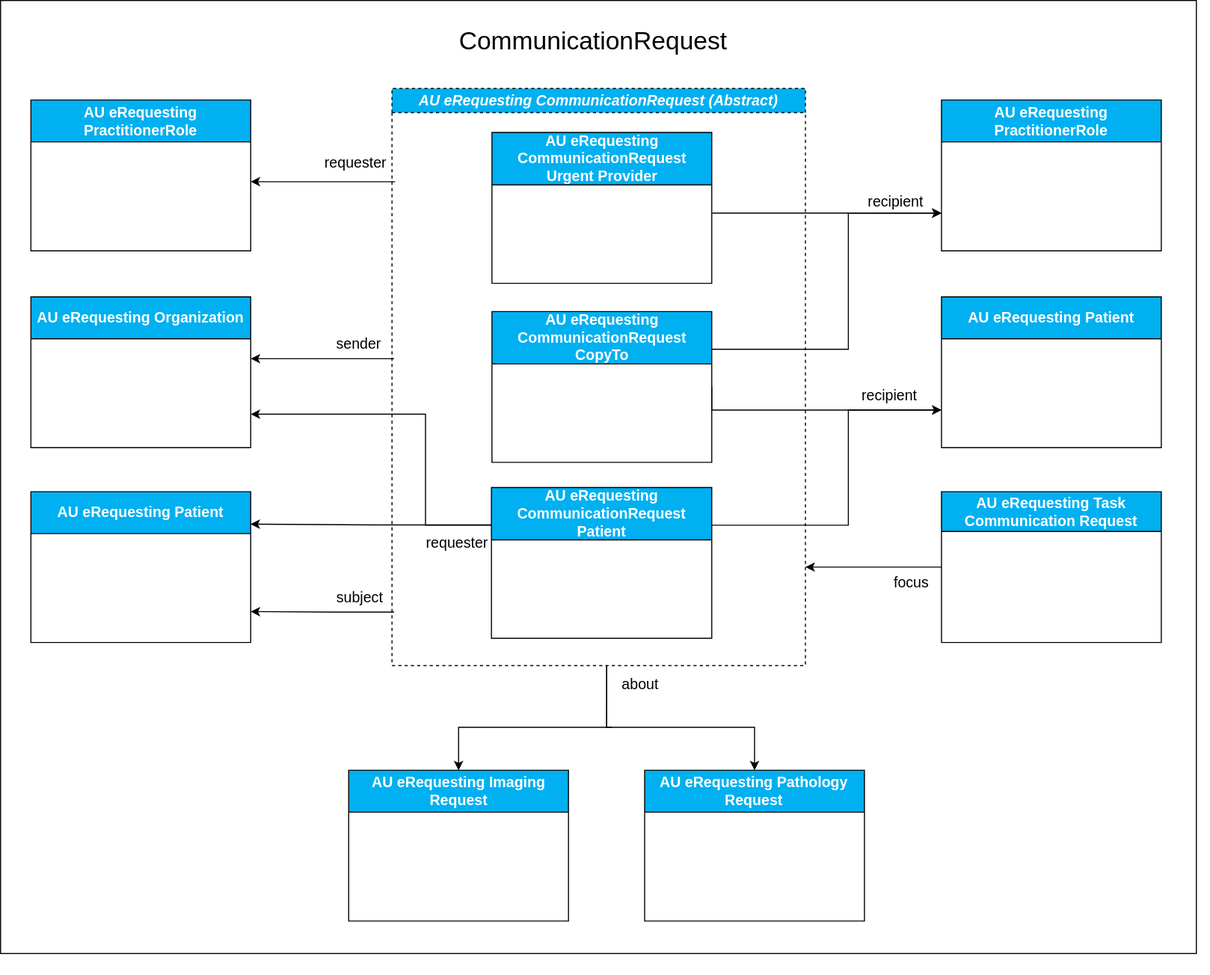
hl7au/au-fhir-erequesting keeps this draw.io diagram as input/images/au-erequesting-profiles-au-erequesting-profiles-communicationrequest.svg. Above is the earlier version. Source tidied: cells renumbered, new cells last; positions are measured from the earlier drawing's top-left corner, leaving out a move shared by most shapes.
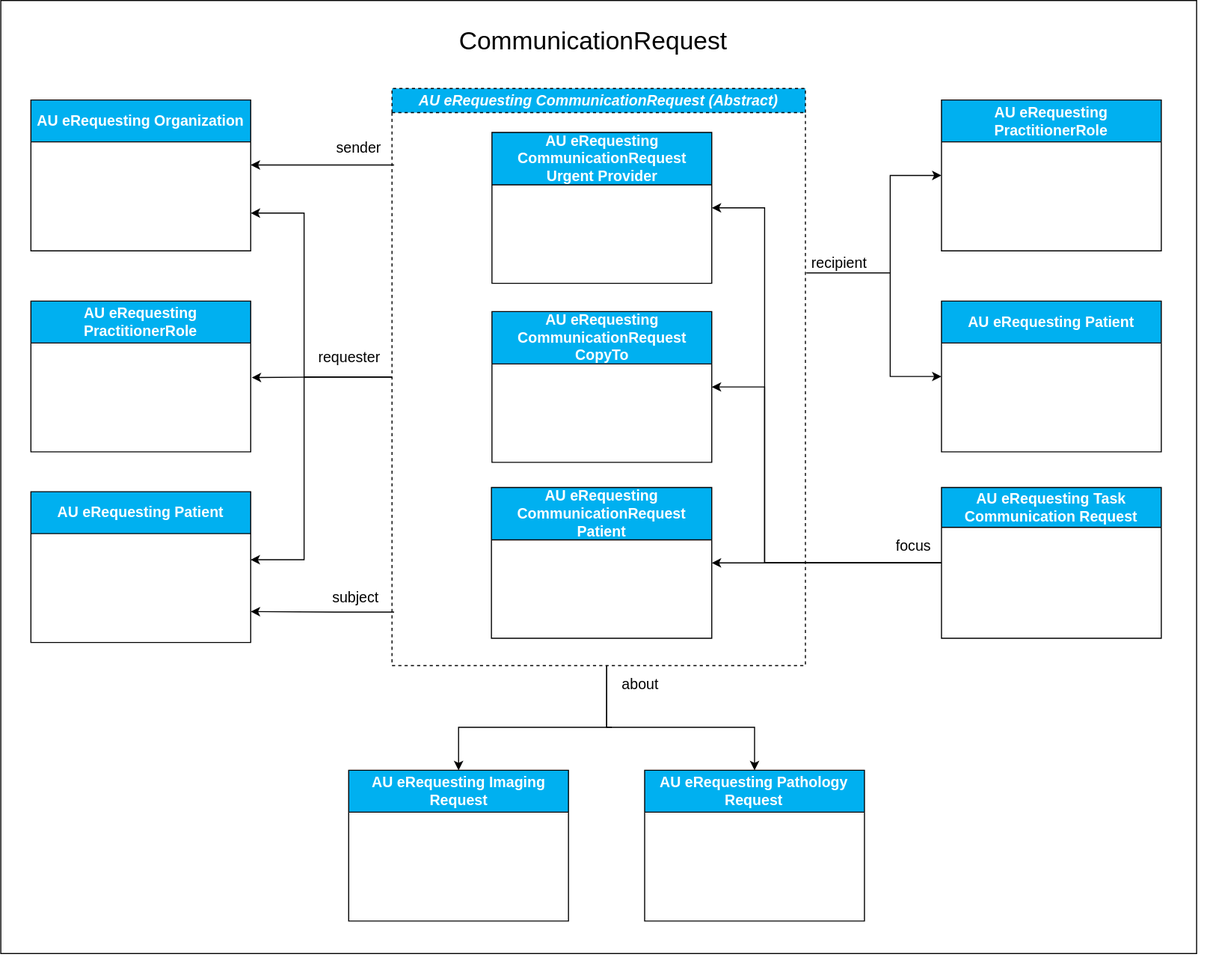
The same diagram one commit later.

The edit, as a diff of the source:
```diff
@@ -6,7 +6,7 @@
       <mxGeometry x="10" width="1145" height="930" as="geometry" />
     </mxCell>
     <mxCell id="3" style="rounded=0;whiteSpace=wrap;html=1;" parent="2" vertex="1">
-      <mxGeometry x="-10" width="1142.5" height="910" as="geometry" />
+      <mxGeometry x="-9.8" width="1142.5" height="910" as="geometry" />
     </mxCell>
     <mxCell id="4" value="&lt;font style=&quot;font-size: 24px;&quot;&gt;CommunicationRequest&lt;/font&gt;" style="text;html=1;align=center;verticalAlign=middle;strokeColor=none;fillColor=none;" parent="2" vertex="1">
       <mxGeometry x="415.5" y="19" width="280" height="40" as="geometry" />
@@ -14,21 +14,15 @@
     <mxCell id="5" value="&lt;font style=&quot;font-size: 14px;&quot;&gt;AU eRequesting CommunicationRequest CopyTo&lt;/font&gt;" style="swimlane;whiteSpace=wrap;html=1;fillColor=#00B0F0;strokeColor=default;fontColor=#FFFFFF;startSize=50;fontSize=12;verticalAlign=middle;horizontal=1;align=center;fontFamily=Helvetica;fontStyle=1;" parent="2" vertex="1">
       <mxGeometry x="459.5" y="297" width="210" height="144" as="geometry" />
     </mxCell>
-    <mxCell id="6" value="&lt;font style=&quot;font-size: 14px;&quot;&gt;requester&lt;/font&gt;" style="edgeStyle=orthogonalEdgeStyle;rounded=0;orthogonalLoop=1;jettySize=auto;html=1;entryX=1;entryY=0.5;entryDx=0;entryDy=0;" parent="2" edge="1">
-      <mxGeometry x="-0.45" y="-18" relative="1" as="geometry">
-        <mxPoint x="367" y="173" as="sourcePoint" />
-        <mxPoint x="229" y="173" as="targetPoint" />
-      </mxGeometry>
-    </mxCell>
     <mxCell id="7" style="edgeStyle=orthogonalEdgeStyle;rounded=0;orthogonalLoop=1;jettySize=auto;html=1;entryX=1;entryY=0.5;entryDx=0;entryDy=0;" parent="2" edge="1">
       <mxGeometry relative="1" as="geometry">
-        <mxPoint x="366" y="342" as="sourcePoint" />
-        <mxPoint x="229" y="342" as="targetPoint" />
+        <mxPoint x="366" y="157" as="sourcePoint" />
+        <mxPoint x="229" y="157" as="targetPoint" />
       </mxGeometry>
     </mxCell>
     <mxCell id="8" value="sender" style="edgeLabel;html=1;align=center;verticalAlign=middle;fontSize=14;" parent="7" vertex="1">
       <mxGeometry x="-0.01" y="1" relative="1" as="geometry">
-        <mxPoint x="33" y="-16" as="offset" />
+        <mxPoint x="33" y="-18" as="offset" />
       </mxGeometry>
     </mxCell>
     <mxCell id="9" style="edgeStyle=orthogonalEdgeStyle;rounded=0;orthogonalLoop=1;jettySize=auto;html=1;entryX=1;entryY=0.75;entryDx=0;entryDy=0;" parent="2" edge="1">
@@ -43,94 +37,76 @@
     </mxCell>
     <mxCell id="10" value="subject" style="edgeLabel;html=1;align=center;verticalAlign=middle;fontSize=14;" parent="9" vertex="1">
       <mxGeometry x="0.15" y="1" relative="1" as="geometry">
-        <mxPoint x="46" y="-15" as="offset" />
+        <mxPoint x="42" y="-15" as="offset" />
       </mxGeometry>
     </mxCell>
-    <mxCell id="11" style="edgeStyle=orthogonalEdgeStyle;rounded=0;jettySize=auto;html=1;exitX=0;exitY=0.5;exitDx=0;exitDy=0;" parent="2" edge="1" source="13">
+    <mxCell id="11" style="edgeStyle=orthogonalEdgeStyle;rounded=0;jettySize=auto;html=1;exitX=0;exitY=0.5;exitDx=0;exitDy=0;entryX=1;entryY=0.5;entryDx=0;entryDy=0;" parent="2" edge="1" source="13" target="30">
       <mxGeometry relative="1" as="geometry">
-        <mxPoint x="759" y="541" as="targetPoint" />
+        <Array as="points">
+          <mxPoint x="780" y="537" />
+          <mxPoint x="780" y="537" />
+        </Array>
       </mxGeometry>
     </mxCell>
     <mxCell id="12" value="focus" style="edgeLabel;html=1;align=center;verticalAlign=middle;fontSize=14;" parent="11" vertex="1">
       <mxGeometry x="-0.04" y="5" relative="1" as="geometry">
-        <mxPoint x="32" y="9" as="offset" />
+        <mxPoint x="77" y="-22" as="offset" />
       </mxGeometry>
     </mxCell>
     <mxCell id="13" value="&lt;font style=&quot;font-size: 14px;&quot;&gt;AU eRequesting Task Communication Request&lt;/font&gt;" style="swimlane;whiteSpace=wrap;html=1;startSize=38;fillColor=#00B0F0;fontColor=#FFFFFF;" parent="2" vertex="1">
-      <mxGeometry x="889" y="469" width="210" height="144" as="geometry" />
+      <mxGeometry x="889" y="465" width="210" height="144" as="geometry" />
     </mxCell>
-    <mxCell id="14" style="endArrow=classic;html=1;rounded=0;entryX=0;entryY=0.75;entryDx=0;entryDy=0;" parent="2" edge="1" target="28">
-      <mxGeometry relative="1" as="geometry">
-        <mxPoint x="670" y="203" as="sourcePoint" />
-      </mxGeometry>
-    </mxCell>
-    <mxCell id="15" style="endArrow=classic;html=1;rounded=0;exitX=1;exitY=0.25;exitDx=0;exitDy=0;entryX=0;entryY=0.75;entryDx=0;entryDy=0;edgeStyle=orthogonalEdgeStyle;" parent="2" edge="1" source="5" target="28">
+    <mxCell id="15" style="endArrow=classic;html=1;rounded=0;entryX=0;entryY=0.5;entryDx=0;entryDy=0;edgeStyle=orthogonalEdgeStyle;" parent="2" edge="1" target="28">
       <mxGeometry relative="1" as="geometry">
+        <mxPoint x="760" y="260" as="sourcePoint" />
         <Array as="points">
-          <mxPoint x="800" y="333" />
-          <mxPoint x="800" y="203" />
+          <mxPoint x="840" y="260" />
+          <mxPoint x="840" y="167" />
         </Array>
       </mxGeometry>
     </mxCell>
     <mxCell id="16" value="&lt;font style=&quot;font-size: 14px;&quot;&gt;recipient&lt;/font&gt;" style="edgeLabel;html=1;align=center;verticalAlign=middle;" parent="15" vertex="1">
       <mxGeometry x="0.53" y="1" relative="1" as="geometry">
-        <mxPoint x="38" y="-11" as="offset" />
+        <mxPoint x="-49" y="79" as="offset" />
       </mxGeometry>
     </mxCell>
-    <mxCell id="17" style="endArrow=classic;html=1;rounded=0;exitX=1;exitY=0.25;exitDx=0;exitDy=0;entryX=0;entryY=0.75;entryDx=0;entryDy=0;edgeStyle=orthogonalEdgeStyle;" parent="2" edge="1" source="30" target="27">
+    <mxCell id="17" style="endArrow=classic;html=1;rounded=0;entryX=0;entryY=0.5;entryDx=0;entryDy=0;edgeStyle=orthogonalEdgeStyle;" parent="2" edge="1" target="27">
       <mxGeometry relative="1" as="geometry">
+        <mxPoint x="760" y="260" as="sourcePoint" />
         <Array as="points">
-          <mxPoint x="800" y="501" />
-          <mxPoint x="800" y="391" />
+          <mxPoint x="840" y="260" />
+          <mxPoint x="840" y="359" />
         </Array>
       </mxGeometry>
     </mxCell>
-    <mxCell id="18" style="endArrow=classic;html=1;rounded=0;entryX=0;entryY=0.75;entryDx=0;entryDy=0;exitX=1;exitY=0.5;exitDx=0;exitDy=0;edgeStyle=orthogonalEdgeStyle;" parent="2" edge="1" source="5" target="27">
-      <mxGeometry relative="1" as="geometry">
-        <Array as="points">
-          <mxPoint x="670" y="391" />
-        </Array>
-      </mxGeometry>
-    </mxCell>
-    <mxCell id="19" value="&lt;font style=&quot;font-size: 14px;&quot;&gt;recipient&lt;/font&gt;" style="edgeLabel;html=1;align=center;verticalAlign=middle;" parent="18" vertex="1">
-      <mxGeometry x="0.33" y="1" relative="1" as="geometry">
-        <mxPoint x="31" y="-14" as="offset" />
-      </mxGeometry>
-    </mxCell>
-    <mxCell id="20" style="edgeStyle=orthogonalEdgeStyle;rounded=0;orthogonalLoop=1;jettySize=auto;html=1;exitX=-0.007;exitY=0.248;exitDx=0;exitDy=0;exitPerimeter=0;entryX=0.985;entryY=0.215;entryDx=0;entryDy=0;entryPerimeter=0;" parent="2" edge="1">
+    <mxCell id="20" style="edgeStyle=orthogonalEdgeStyle;rounded=0;jettySize=auto;html=1;exitX=0;exitY=0.5;exitDx=0;exitDy=0;entryX=0.985;entryY=0.215;entryDx=0;entryDy=0;entryPerimeter=0;" parent="2" edge="1" source="22">
       <mxGeometry relative="1" as="geometry">
-        <mxPoint x="460.5" y="500.7" as="sourcePoint" />
-        <mxPoint x="228.8" y="500" as="targetPoint" />
+        <mxPoint x="228.8" y="534" as="targetPoint" />
+        <Array as="points">
+          <mxPoint x="280" y="360" />
+          <mxPoint x="280" y="534" />
+        </Array>
       </mxGeometry>
     </mxCell>
     <mxCell id="21" value="&lt;font style=&quot;font-size: 14px;&quot;&gt;requester&lt;/font&gt;" style="edgeLabel;html=1;align=center;verticalAlign=middle;" parent="20" vertex="1">
       <mxGeometry x="-0.63" y="3" relative="1" as="geometry">
-        <mxPoint x="8" y="14" as="offset" />
+        <mxPoint x="15" y="-22" as="offset" />
       </mxGeometry>
     </mxCell>
     <mxCell id="22" value="&lt;i&gt;&lt;font style=&quot;font-size: 14px;&quot;&gt;AU eRequesting CommunicationRequest (Abstract)&lt;/font&gt;&lt;/i&gt;" style="swimlane;whiteSpace=wrap;html=1;startSize=23;fillColor=#00B0F0;fontColor=#FFFFFF;dashed=1;" parent="2" vertex="1">
       <mxGeometry x="364" y="84" width="395" height="551" as="geometry" />
     </mxCell>
-    <mxCell id="23" style="edgeStyle=orthogonalEdgeStyle;rounded=0;jettySize=auto;html=1;exitX=0;exitY=0.25;exitDx=0;exitDy=0;" parent="22" edge="1" source="30">
-      <mxGeometry relative="1" as="geometry">
-        <mxPoint x="-135" y="311" as="targetPoint" />
-        <Array as="points">
-          <mxPoint x="32" y="417" />
-          <mxPoint x="32" y="311" />
-        </Array>
-      </mxGeometry>
-    </mxCell>
     <mxCell id="24" value="&lt;font style=&quot;font-size: 14px;&quot;&gt;AU eRequesting PractitionerRole&lt;/font&gt;" style="swimlane;whiteSpace=wrap;html=1;fillColor=#00B0F0;fontColor=#FFFFFF;strokeColor=default;align=center;verticalAlign=middle;fontFamily=Helvetica;fontSize=12;fontStyle=1;startSize=40;" parent="2" vertex="1">
-      <mxGeometry x="19" y="95" width="210" height="144" as="geometry" />
+      <mxGeometry x="19" y="287" width="210" height="144" as="geometry" />
     </mxCell>
     <mxCell id="25" value="&lt;font style=&quot;font-size: 14px;&quot;&gt;AU eRequesting Organization&lt;/font&gt;" style="swimlane;whiteSpace=wrap;html=1;fillColor=#00B0F0;fontColor=#FFFFFF;direction=east;startSize=40;strokeColor=default;align=center;verticalAlign=middle;fontFamily=Helvetica;fontSize=12;fontStyle=1;" parent="2" vertex="1">
-      <mxGeometry x="19" y="283" width="210" height="144" as="geometry" />
+      <mxGeometry x="19" y="95" width="210" height="144" as="geometry" />
     </mxCell>
     <mxCell id="26" value="&lt;font style=&quot;font-size: 14px;&quot;&gt;AU eRequesting Patient&lt;/font&gt;" style="swimlane;whiteSpace=wrap;html=1;fillColor=#00B0F0;fontColor=#FFFFFF;strokeColor=default;align=center;verticalAlign=middle;fontFamily=Helvetica;fontSize=12;fontStyle=1;startSize=40;" parent="2" vertex="1">
       <mxGeometry x="19" y="469" width="210" height="144" as="geometry" />
     </mxCell>
     <mxCell id="27" value="&lt;font style=&quot;font-size: 14px;&quot;&gt;AU eRequesting Patient&lt;/font&gt;" style="swimlane;whiteSpace=wrap;html=1;fillColor=#00B0F0;fontColor=#FFFFFF;strokeColor=default;align=center;verticalAlign=middle;fontFamily=Helvetica;fontSize=12;fontStyle=1;startSize=40;" parent="2" vertex="1">
-      <mxGeometry x="889" y="283" width="210" height="144" as="geometry" />
+      <mxGeometry x="889" y="287" width="210" height="144" as="geometry" />
     </mxCell>
     <mxCell id="28" value="&lt;font style=&quot;font-size: 14px;&quot;&gt;AU eRequesting PractitionerRole&lt;/font&gt;" style="swimlane;whiteSpace=wrap;html=1;fillColor=#00B0F0;fontColor=#FFFFFF;strokeColor=default;align=center;verticalAlign=middle;fontFamily=Helvetica;fontSize=12;fontStyle=1;startSize=40;" parent="2" vertex="1">
       <mxGeometry x="889" y="95" width="210" height="144" as="geometry" />
@@ -171,5 +147,34 @@
         </Array>
       </mxGeometry>
     </mxCell>
+    <mxCell id="36" style="edgeStyle=orthogonalEdgeStyle;rounded=0;jettySize=auto;html=1;entryX=1;entryY=0.5;entryDx=0;entryDy=0;exitX=0;exitY=0.5;exitDx=0;exitDy=0;" parent="2" edge="1" source="13" target="29">
+      <mxGeometry relative="1" as="geometry">
+        <Array as="points">
+          <mxPoint x="720" y="537" />
+          <mxPoint x="720" y="198" />
+        </Array>
+      </mxGeometry>
+    </mxCell>
+    <mxCell id="37" style="edgeStyle=orthogonalEdgeStyle;rounded=0;jettySize=auto;html=1;entryX=1;entryY=0.5;entryDx=0;entryDy=0;exitX=0;exitY=0.5;exitDx=0;exitDy=0;" parent="2" edge="1" source="13" target="5">
+      <mxGeometry relative="1" as="geometry">
+        <Array as="points">
+          <mxPoint x="720" y="537" />
+          <mxPoint x="720" y="369" />
+        </Array>
+      </mxGeometry>
+    </mxCell>
+    <mxCell id="23" style="edgeStyle=orthogonalEdgeStyle;rounded=0;jettySize=auto;html=1;exitX=0;exitY=0.5;exitDx=0;exitDy=0;" parent="2" edge="1" source="22">
+      <mxGeometry relative="1" as="geometry">
+        <mxPoint x="230" y="360" as="targetPoint" />
+      </mxGeometry>
+    </mxCell>
+    <mxCell id="38" style="edgeStyle=orthogonalEdgeStyle;rounded=0;jettySize=auto;html=1;entryX=1;entryY=0.75;entryDx=0;entryDy=0;exitX=0;exitY=0.5;exitDx=0;exitDy=0;" parent="2" edge="1" source="22" target="25">
+      <mxGeometry relative="1" as="geometry">
+        <Array as="points">
+          <mxPoint x="280" y="360" />
+          <mxPoint x="280" y="203" />
+        </Array>
+      </mxGeometry>
+    </mxCell>
   </root>
 </mxGraphModel>
```
